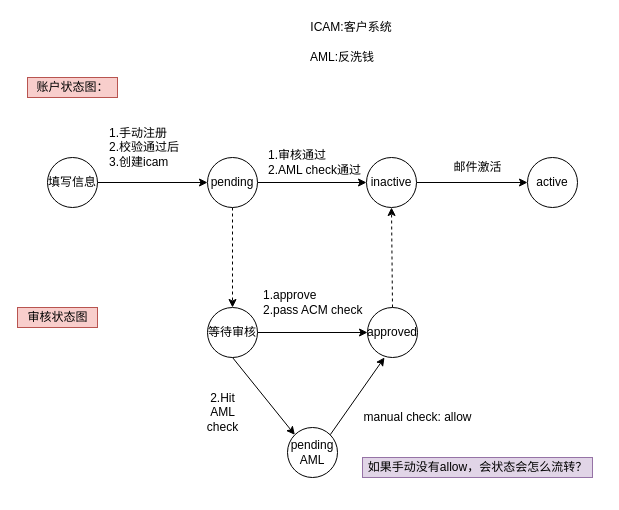
Above: page "income-user-status-diagram" (9 of 9) of Untitled Diagram.drawio in wang86924324/workstation (draw.io), before the change. Source tidied: cells renumbered, new cells numbered last; positions are measured from the earlier drawing's top-left corner, leaving out a move shared by most shapes. Both pictures are drawn from the tidied source at 100%, with x=0, y=0 at pixel (17, 17).
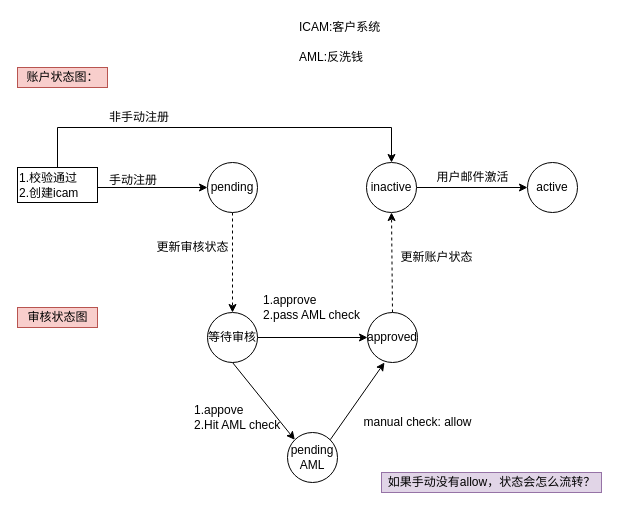
The same page after the edit.

Diff of the diagram source:
```diff
@@
-    <mxCell id="2" value="邮件激活" style="text;html=1;align=center;verticalAlign=middle;strokeColor=none;" parent="1" vertex="1">
-      <mxGeometry x="430" y="140" width="60" height="20" as="geometry" />
+    <mxCell id="2" value="用户邮件激活" style="text;html=1;align=center;verticalAlign=middle;strokeColor=none;" parent="1" vertex="1">
+      <mxGeometry x="410" y="150" width="90" height="20" as="geometry" />
     </mxCell>
-    <mxCell id="3" style="edgeStyle=none;rounded=0;jettySize=auto;html=1;exitX=1;exitY=0.5;exitDx=0;exitDy=0;entryX=0;entryY=0.5;entryDx=0;entryDy=0;" parent="1" edge="1" source="4" target="14">
-      <mxGeometry relative="1" as="geometry" />
+    <mxCell id="3" style="edgeStyle=none;rounded=0;jettySize=auto;html=1;exitX=1;exitY=0.5;exitDx=0;exitDy=0;entryX=0;entryY=0.5;entryDx=0;entryDy=0;" parent="1" edge="1" target="14">
+      <mxGeometry relative="1" as="geometry">
+        <mxPoint x="80" y="170" as="sourcePoint" />
+      </mxGeometry>
     </mxCell>
-    <mxCell id="4" value="填写信息" style="ellipse;whiteSpace=wrap;html=1;" parent="1" vertex="1">
-      <mxGeometry x="30" y="140" width="50" height="50" as="geometry" />
-    </mxCell>
-    <mxCell id="5" value="1.审核通过&lt;br&gt;2.AML check通过" style="text;html=1;align=left;verticalAlign=middle;strokeColor=none;" parent="1" vertex="1">
-      <mxGeometry x="249" y="130" width="110" height="30" as="geometry" />
-    </mxCell>
     <mxCell id="6" value="账户状态图：" style="text;html=1;align=center;verticalAlign=middle;strokeColor=#b85450;fillColor=#f8cecc;" parent="1" vertex="1">
-      <mxGeometry x="10" y="60" width="90" height="20" as="geometry" />
+      <mxGeometry y="50" width="90" height="20" as="geometry" />
     </mxCell>
@@
-    <mxCell id="8" value="1.approve&lt;br&gt;2.pass ACM check" style="text;html=1;align=left;verticalAlign=middle;strokeColor=none;" parent="1" vertex="1">
-      <mxGeometry x="244" y="270" width="110" height="30" as="geometry" />
+    <mxCell id="8" value="1.approve&lt;br&gt;2.pass AML check" style="text;html=1;align=left;verticalAlign=middle;strokeColor=none;" parent="1" vertex="1">
+      <mxGeometry x="244" y="275" width="110" height="30" as="geometry" />
     </mxCell>
-    <mxCell id="9" value="2.Hit &lt;br&gt;AML &lt;br&gt;check" style="text;html=1;align=center;verticalAlign=middle;strokeColor=none;" parent="1" vertex="1">
-      <mxGeometry x="180" y="370" width="50" height="50" as="geometry" />
+    <mxCell id="9" value="1.appove&lt;br&gt;2.Hit AML check" style="text;html=1;align=left;verticalAlign=middle;strokeColor=none;" parent="1" vertex="1">
+      <mxGeometry x="175" y="385" width="100" height="30" as="geometry" />
     </mxCell>
     <mxCell id="10" value="manual check: allow" style="text;html=1;align=center;verticalAlign=middle;strokeColor=none;" parent="1" vertex="1">
-      <mxGeometry x="340" y="390" width="120" height="20" as="geometry" />
+      <mxGeometry x="340" y="395" width="120" height="20" as="geometry" />
     </mxCell>
-    <mxCell id="11" value="1.手动注册&lt;br&gt;2.校验通过后&lt;br&gt;3.创建icam" style="text;html=1;align=left;verticalAlign=middle;strokeColor=none;" parent="1" vertex="1">
-      <mxGeometry x="90" y="105" width="90" height="50" as="geometry" />
+    <mxCell id="11" value="&lt;br&gt;手动注册" style="text;html=1;align=left;verticalAlign=middle;strokeColor=none;" parent="1" vertex="1">
+      <mxGeometry x="90" y="140" width="60" height="30" as="geometry" />
     </mxCell>
-    <mxCell id="12" style="edgeStyle=none;rounded=0;jettySize=auto;html=1;exitX=1;exitY=0.5;exitDx=0;exitDy=0;entryX=0;entryY=0.5;entryDx=0;entryDy=0;" parent="1" edge="1" source="14" target="16">
-      <mxGeometry relative="1" as="geometry" />
-    </mxCell>
@@
     <mxCell id="14" value="pending" style="ellipse;whiteSpace=wrap;html=1;" parent="1" vertex="1">
-      <mxGeometry x="190" y="140" width="50" height="50" as="geometry" />
+      <mxGeometry x="190" y="145" width="50" height="50" as="geometry" />
     </mxCell>
@@
     <mxCell id="16" value="inactive" style="ellipse;whiteSpace=wrap;html=1;" parent="1" vertex="1">
-      <mxGeometry x="349" y="140" width="50" height="50" as="geometry" />
+      <mxGeometry x="349" y="145" width="50" height="50" as="geometry" />
     </mxCell>
     <mxCell id="17" value="active" style="ellipse;whiteSpace=wrap;html=1;" parent="1" vertex="1">
-      <mxGeometry x="510" y="140" width="50" height="50" as="geometry" />
+      <mxGeometry x="510" y="145" width="50" height="50" as="geometry" />
     </mxCell>
@@
     <mxCell id="20" value="等待审核" style="ellipse;whiteSpace=wrap;html=1;" parent="1" vertex="1">
-      <mxGeometry x="190" y="290" width="50" height="50" as="geometry" />
+      <mxGeometry x="190" y="295" width="50" height="50" as="geometry" />
     </mxCell>
@@
     <mxCell id="22" value="approved" style="ellipse;whiteSpace=wrap;html=1;" parent="1" vertex="1">
-      <mxGeometry x="350" y="290" width="50" height="50" as="geometry" />
+      <mxGeometry x="350" y="295" width="50" height="50" as="geometry" />
     </mxCell>
@@
     <mxCell id="24" value="pending&lt;br&gt;AML" style="ellipse;whiteSpace=wrap;html=1;" parent="1" vertex="1">
-      <mxGeometry x="270" y="410" width="50" height="50" as="geometry" />
+      <mxGeometry x="270" y="415" width="50" height="50" as="geometry" />
     </mxCell>
-    <mxCell id="25" value="ICAM:客户系统" style="text;html=1;strokeColor=none;fillColor=none;align=center;verticalAlign=middle;whiteSpace=wrap;rounded=0;" parent="1" vertex="1">
-      <mxGeometry x="269" width="130" height="20" as="geometry" />
+    <mxCell id="25" value="ICAM:客户系统" style="text;html=1;strokeColor=none;fillColor=none;align=left;verticalAlign=middle;whiteSpace=wrap;rounded=0;" parent="1" vertex="1">
+      <mxGeometry x="280" width="130" height="20" as="geometry" />
     </mxCell>
-    <mxCell id="26" value="如果手动没有allow，会状态会怎么流转？" style="text;html=1;align=center;verticalAlign=middle;strokeColor=#9673a6;fillColor=#e1d5e7;" parent="1" vertex="1">
-      <mxGeometry x="345" y="440" width="230" height="20" as="geometry" />
+    <mxCell id="26" value="如果手动没有allow，状态会怎么流转？" style="text;html=1;align=center;verticalAlign=middle;strokeColor=#9673a6;fillColor=#e1d5e7;" parent="1" vertex="1">
+      <mxGeometry x="364" y="455" width="220" height="20" as="geometry" />
     </mxCell>
-    <mxCell id="27" value="AML:反洗钱" style="text;html=1;strokeColor=none;fillColor=none;align=center;verticalAlign=middle;whiteSpace=wrap;rounded=0;" parent="1" vertex="1">
-      <mxGeometry x="260" y="30" width="130" height="20" as="geometry" />
+    <mxCell id="27" value="AML:反洗钱" style="text;html=1;strokeColor=none;fillColor=none;align=left;verticalAlign=middle;whiteSpace=wrap;rounded=0;" parent="1" vertex="1">
+      <mxGeometry x="280" y="30" width="130" height="20" as="geometry" />
     </mxCell>
+    <mxCell id="28" style="edgeStyle=orthogonalEdgeStyle;rounded=0;jettySize=auto;html=1;exitX=0.5;exitY=0;exitDx=0;exitDy=0;entryX=0.5;entryY=0;entryDx=0;entryDy=0;" parent="1" edge="1" source="29" target="16">
+      <mxGeometry relative="1" as="geometry">
+        <Array as="points">
+          <mxPoint x="40" y="110" />
+          <mxPoint x="374" y="110" />
+        </Array>
+      </mxGeometry>
+    </mxCell>
+    <mxCell id="29" value="1.校验通过&lt;br&gt;2.创建icam" style="rounded=0;whiteSpace=wrap;html=1;align=left;" parent="1" vertex="1">
+      <mxGeometry y="150" width="80" height="35" as="geometry" />
+    </mxCell>
+    <mxCell id="30" value="非手动注册" style="text;html=1;align=left;verticalAlign=middle;strokeColor=none;" parent="1" vertex="1">
+      <mxGeometry x="90" y="90" width="80" height="20" as="geometry" />
+    </mxCell>
+    <mxCell id="31" value="更新审核状态" style="text;html=1;align=center;verticalAlign=middle;strokeColor=none;" parent="1" vertex="1">
+      <mxGeometry x="130" y="220" width="90" height="20" as="geometry" />
+    </mxCell>
+    <mxCell id="32" value="更新账户状态" style="text;html=1;align=center;verticalAlign=middle;strokeColor=none;" parent="1" vertex="1">
+      <mxGeometry x="374" y="230" width="90" height="20" as="geometry" />
+    </mxCell>
```
